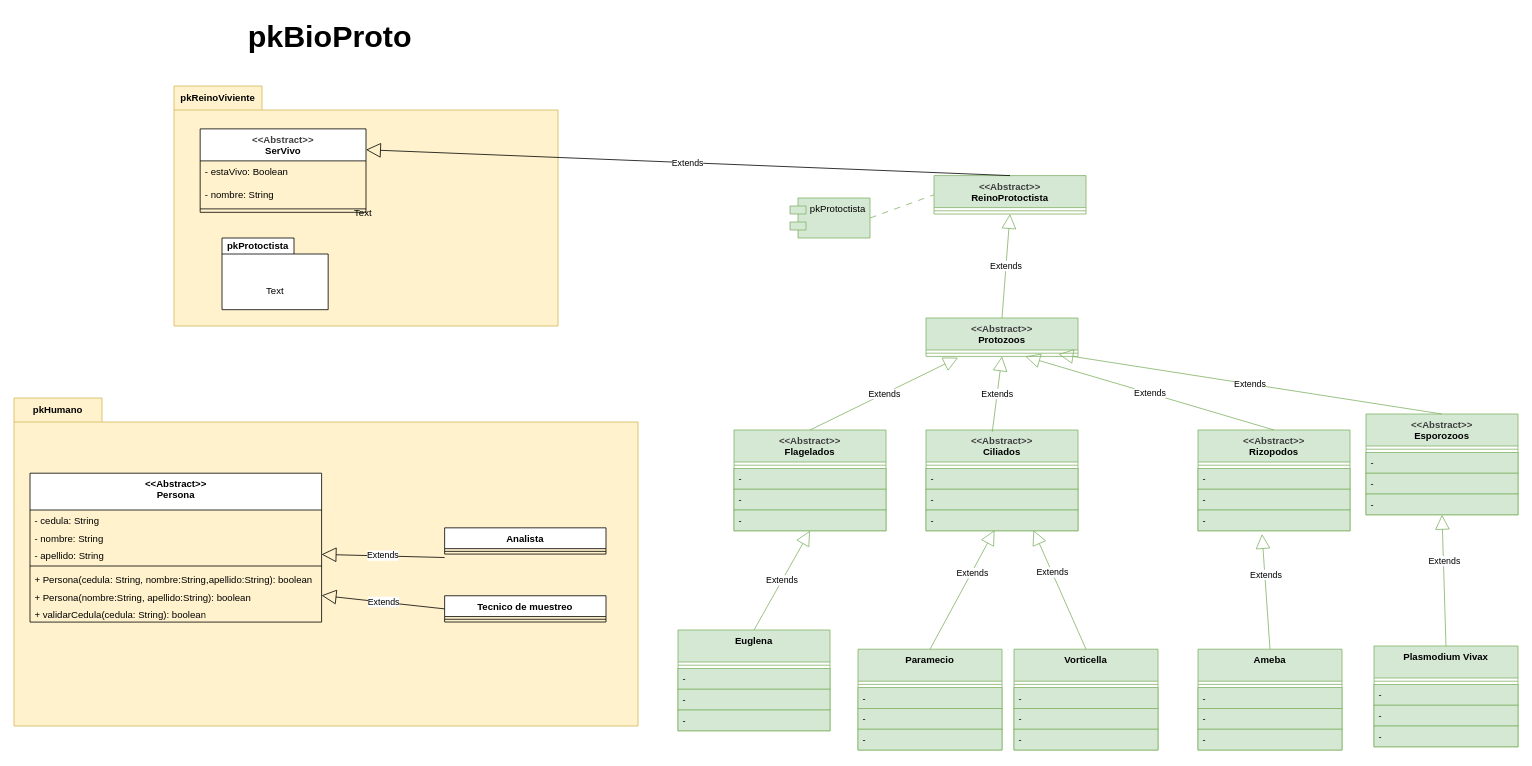
Before: ReinoProtista/design/2ClassDiagrama.drawio in mat264/ReinoProtista_G3, a draw.io diagram. Source tidied: cells renumbered, new cells numbered last; positions are measured from the earlier drawing's top-left corner, leaving out a move shared by most shapes. Both pictures are drawn from the tidied source at 80%, with x=0, y=0 at pixel (14, 14).
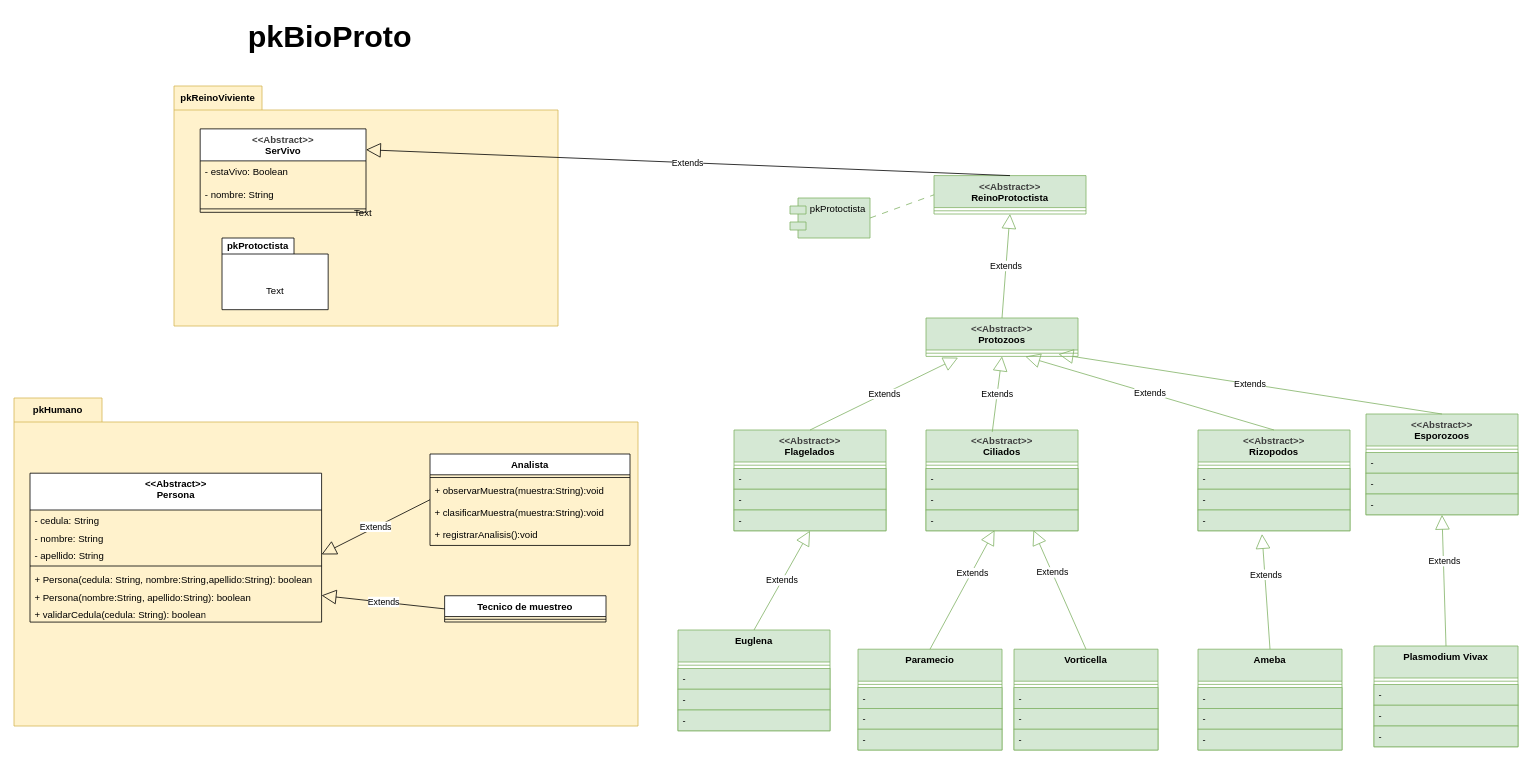
After the change.

Unchanged cells that the change refers to:
```xml
<mxCell id="11" value="pkHumano" style="shape=folder;fontStyle=1;tabWidth=110;tabHeight=30;tabPosition=left;html=1;boundedLbl=1;labelInHeader=1;whiteSpace=wrap;fillColor=#fff2cc;strokeColor=#d6b656;" parent="1" vertex="1">
  <mxGeometry y="480" width="780" height="410" as="geometry" />
</mxCell>
<mxCell id="18" value="- apellido: String" style="text;strokeColor=none;fillColor=none;align=left;verticalAlign=top;spacingLeft=4;spacingRight=4;overflow=hidden;points=[[0,0.5],[1,0.5]];portConstraint=eastwest;whiteSpace=wrap;html=1;" parent="15" vertex="1">
  <mxGeometry y="90.4" width="364.5" height="22.2" as="geometry" />
</mxCell>
```

Change to the diagram source:
```diff
@@
     <mxCell id="13" value="Analista" style="swimlane;fontStyle=1;align=center;verticalAlign=top;horizontal=1;startSize=26;whiteSpace=wrap;html=1;" parent="11" vertex="1">
-      <mxGeometry x="538.3" y="162.3" width="201.7" height="32.8" as="geometry" />
+      <mxGeometry x="520" y="70" width="250" height="114.3" as="geometry" />
     </mxCell>
     <mxCell id="14" style="line;strokeWidth=1;fillColor=none;align=left;verticalAlign=middle;spacingTop=-1;spacingLeft=3;spacingRight=3;labelPosition=right;strokeColor=inherit;" parent="13" vertex="1">
-      <mxGeometry y="26" width="201.7" height="6.8" as="geometry" />
+      <mxGeometry y="26" width="250" height="6.8" as="geometry" />
     </mxCell>
+    <mxCell id="89" value="+ observarMuestra(muestra:String):void&amp;nbsp;" style="text;strokeColor=none;fillColor=none;align=left;verticalAlign=top;spacingLeft=4;spacingRight=4;overflow=hidden;whiteSpace=wrap;html=1;" parent="13" vertex="1">
+      <mxGeometry y="32.8" width="250" height="27.2" as="geometry" />
+    </mxCell>
+    <mxCell id="90" value="+ clasificarMuestra(&lt;span style=&quot;color: rgb(0, 0, 0);&quot;&gt;muestra:String&lt;/span&gt;):void&amp;nbsp;" style="text;strokeColor=none;fillColor=none;align=left;verticalAlign=top;spacingLeft=4;spacingRight=4;overflow=hidden;whiteSpace=wrap;html=1;" parent="13" vertex="1">
+      <mxGeometry y="60" width="250" height="27.2" as="geometry" />
+    </mxCell>
+    <mxCell id="91" value="+ registrarAnalisis():void&amp;nbsp;" style="text;strokeColor=none;fillColor=none;align=left;verticalAlign=top;spacingLeft=4;spacingRight=4;overflow=hidden;whiteSpace=wrap;html=1;" parent="13" vertex="1">
+      <mxGeometry y="87.2" width="250" height="27.2" as="geometry" />
+    </mxCell>
@@
-    <mxCell id="23" value="Extends" style="endArrow=block;endSize=16;endFill=0;html=1;entryX=1;entryY=0.5;entryDx=0;entryDy=0;exitX=0;exitY=0.5;exitDx=0;exitDy=0;" parent="11" edge="1" target="18">
-      <mxGeometry relative="1" as="geometry">
-        <mxPoint x="538.3" y="199.4" as="sourcePoint" />
-      </mxGeometry>
+    <mxCell id="23" value="Extends" style="endArrow=block;endSize=16;endFill=0;html=1;entryX=1;entryY=0.5;entryDx=0;entryDy=0;exitX=0;exitY=0.5;exitDx=0;exitDy=0;" parent="11" edge="1" source="13" target="18">
+      <mxGeometry relative="1" as="geometry" />
     </mxCell>
```
